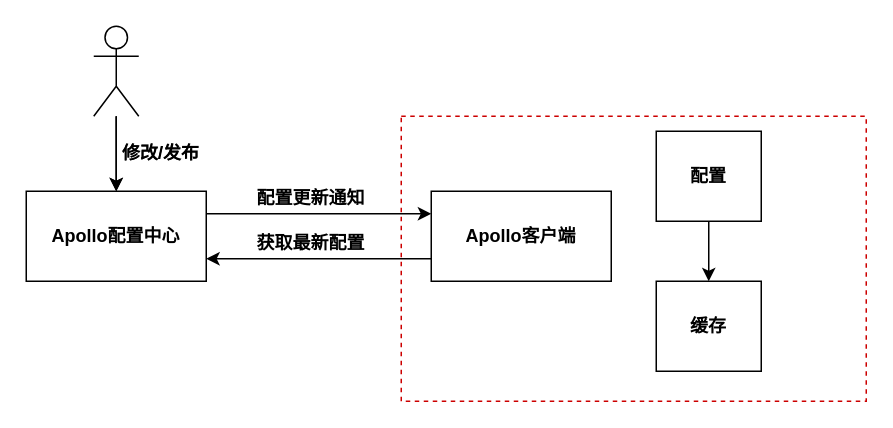
mineminemine123/work-wiki keeps this draw.io diagram as 实时配置项热加载.drawio. Above is the earlier version. Source tidied: cells renumbered, new cells numbered last; positions are measured from the earlier drawing's top-left corner, leaving out a move shared by most shapes. Both pictures are drawn from the tidied source at 150%, with x=0, y=0 at pixel (26, 26).
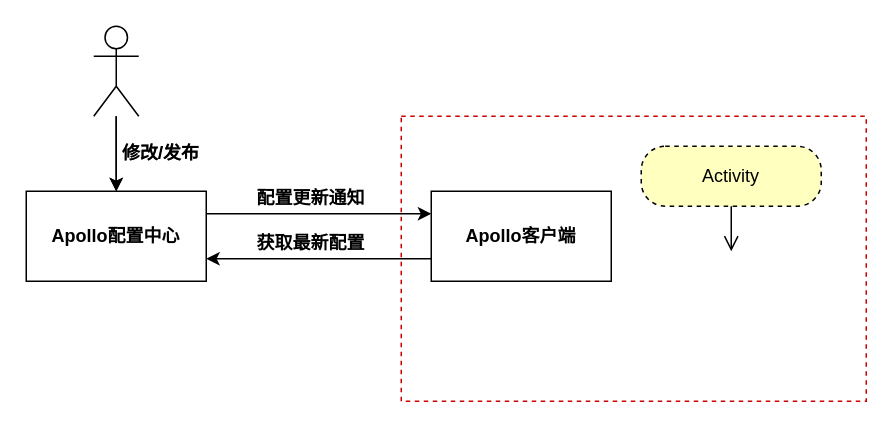
The same diagram, later.

Commit message (it also covers changes not shown here):
更新实时配置项热加载.drawio

What changed in the source:
```diff
@@
 <mxGraphModel>
   <root>
     <mxCell id="0" />
     <mxCell id="1" parent="0" />
     <mxCell id="2" style="rounded=0;whiteSpace=wrap;html=1;dashed=1;strokeColor=#CC0000;" parent="1" vertex="1">
       <mxGeometry x="250" y="60" width="310" height="190" as="geometry" />
     </mxCell>
     <mxCell id="3" style="edgeStyle=orthogonalEdgeStyle;rounded=0;jettySize=auto;html=1;exitX=1;exitY=0.25;exitDx=0;exitDy=0;entryX=0;entryY=0.25;entryDx=0;entryDy=0;" parent="1" edge="1" source="4" target="6">
       <mxGeometry relative="1" as="geometry" />
     </mxCell>
     <mxCell id="4" value="&lt;h4&gt;Apollo配置中心&lt;/h4&gt;" style="rounded=0;whiteSpace=wrap;html=1;" parent="1" vertex="1">
       <mxGeometry y="110" width="120" height="60" as="geometry" />
     </mxCell>
     <mxCell id="5" style="edgeStyle=orthogonalEdgeStyle;rounded=0;jettySize=auto;html=1;exitX=0;exitY=0.75;exitDx=0;exitDy=0;entryX=1;entryY=0.75;entryDx=0;entryDy=0;" parent="1" edge="1" source="6" target="4">
       <mxGeometry relative="1" as="geometry" />
     </mxCell>
     <mxCell id="6" value="&lt;h4&gt;Apollo客户端&lt;/h4&gt;" style="rounded=0;whiteSpace=wrap;html=1;" parent="1" vertex="1">
       <mxGeometry x="270" y="110" width="120" height="60" as="geometry" />
     </mxCell>
     <mxCell id="7" style="edgeStyle=orthogonalEdgeStyle;rounded=0;jettySize=auto;html=1;" parent="1" edge="1" source="9" target="4">
       <mxGeometry relative="1" as="geometry" />
     </mxCell>
     <mxCell id="8" style="edgeStyle=orthogonalEdgeStyle;rounded=0;jettySize=auto;html=1;" parent="1" edge="1" source="9" target="4">
       <mxGeometry relative="1" as="geometry" />
     </mxCell>
     <mxCell id="9" style="shape=umlActor;verticalLabelPosition=bottom;verticalAlign=top;html=1;outlineConnect=0;" parent="1" vertex="1">
       <mxGeometry x="45" width="30" height="60" as="geometry" />
     </mxCell>
     <mxCell id="10" value="修改/发布" style="text;html=1;strokeColor=none;fillColor=none;align=center;verticalAlign=middle;whiteSpace=wrap;rounded=0;" parent="1" vertex="1">
       <mxGeometry x="60" y="70" width="60" height="30" as="geometry" />
     </mxCell>
     <mxCell id="11" value="&lt;h4&gt;配置更新通知&lt;/h4&gt;" style="text;html=1;strokeColor=none;fillColor=none;align=center;verticalAlign=middle;whiteSpace=wrap;rounded=0;" parent="1" vertex="1">
       <mxGeometry x="150" y="100" width="80" height="30" as="geometry" />
     </mxCell>
     <mxCell id="12" value="&lt;h4&gt;获取最新配置&lt;/h4&gt;" style="text;html=1;strokeColor=none;fillColor=none;align=center;verticalAlign=middle;whiteSpace=wrap;rounded=0;" parent="1" vertex="1">
       <mxGeometry x="150" y="130" width="80" height="30" as="geometry" />
     </mxCell>
     <mxCell id="13" value="&lt;h4&gt;修改/发布&lt;/h4&gt;" style="text;html=1;strokeColor=none;fillColor=none;align=center;verticalAlign=middle;whiteSpace=wrap;rounded=0;" parent="1" vertex="1">
       <mxGeometry x="60" y="70" width="60" height="30" as="geometry" />
     </mxCell>
-    <mxCell id="14" style="edgeStyle=orthogonalEdgeStyle;rounded=0;jettySize=auto;html=1;exitX=0.5;exitY=1;exitDx=0;exitDy=0;entryX=0.5;entryY=0;entryDx=0;entryDy=0;" parent="1" edge="1" source="15" target="16">
-      <mxGeometry relative="1" as="geometry" />
-    </mxCell>
-    <mxCell id="15" value="&lt;h4&gt;配置&lt;/h4&gt;" style="rounded=0;whiteSpace=wrap;html=1;" parent="1" vertex="1">
-      <mxGeometry x="420" y="70" width="70" height="60" as="geometry" />
-    </mxCell>
-    <mxCell id="16" value="&lt;h4&gt;缓存&lt;/h4&gt;" style="rounded=0;whiteSpace=wrap;html=1;" parent="1" vertex="1">
-      <mxGeometry x="420" y="170" width="70" height="60" as="geometry" />
-    </mxCell>
+    <mxCell id="17" value="Activity" style="rounded=1;whiteSpace=wrap;html=1;arcSize=40;fontColor=#000000;fillColor=#ffffc0;strokeColor=#000000;dashed=1;" parent="1" vertex="1">
+      <mxGeometry x="410" y="80" width="120" height="40" as="geometry" />
+    </mxCell>
+    <mxCell id="18" style="edgeStyle=orthogonalEdgeStyle;html=1;verticalAlign=bottom;endArrow=open;endSize=8;strokeColor=#000000;rounded=0;" parent="1" edge="1" source="17">
+      <mxGeometry relative="1" as="geometry">
+        <mxPoint x="470" y="150" as="targetPoint" />
+      </mxGeometry>
+    </mxCell>
   </root>
 </mxGraphModel>
```
